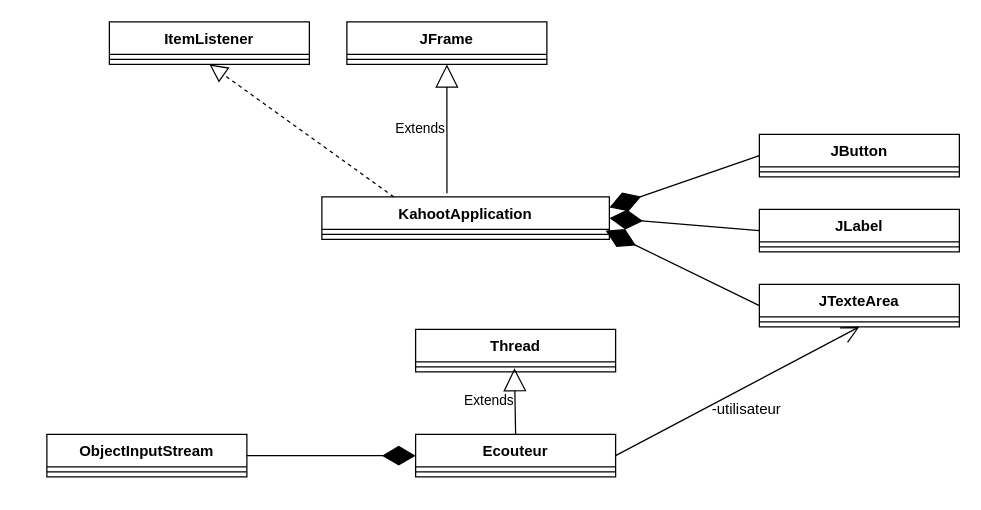
The draw.io diagram page "Page-2" (2 of 2) of umlKahoot.drawio in narrou/kahoot, before the edit. Source tidied: cells renumbered, new cells numbered last; positions are measured from the earlier drawing's top-left corner, leaving out a move shared by most shapes. Both pictures are drawn from the tidied source at 125%, with x=0, y=0 at pixel (46, 21).
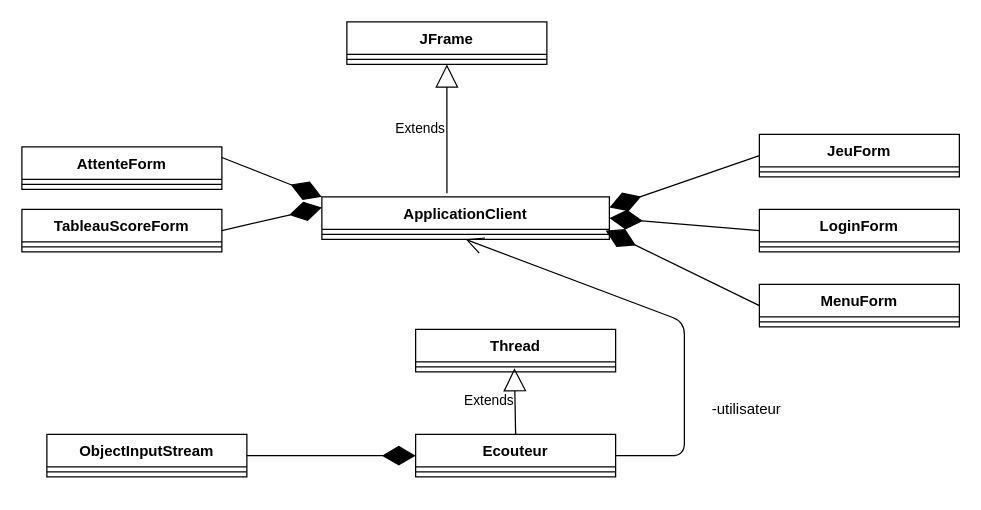
The same diagram, later.

Unchanged cells that the change refers to:
```xml
<mxCell id="16" value="Ecouteur" style="swimlane;fontStyle=1;align=center;verticalAlign=top;horizontal=1;startSize=26;" parent="1" vertex="1">
  <mxGeometry x="295" y="330" width="160" height="34" as="geometry" />
</mxCell>
```

What changed in the source:
```diff
@@
-    <mxCell id="2" value="KahootApplication" style="swimlane;fontStyle=1;align=center;verticalAlign=top;horizontal=1;startSize=26;" parent="1" vertex="1">
+    <mxCell id="2" value="ApplicationClient" style="swimlane;fontStyle=1;align=center;verticalAlign=top;horizontal=1;startSize=26;" parent="1" vertex="1">
       <mxGeometry x="220" y="140" width="230" height="34" as="geometry" />
     </mxCell>
@@
-    <mxCell id="7" value="JButton" style="swimlane;fontStyle=1;align=center;verticalAlign=top;horizontal=1;startSize=26;" parent="1" vertex="1">
+    <mxCell id="7" value="JeuForm" style="swimlane;fontStyle=1;align=center;verticalAlign=top;horizontal=1;startSize=26;" parent="1" vertex="1">
       <mxGeometry x="570" y="90" width="160" height="34" as="geometry" />
     </mxCell>
@@
-    <mxCell id="9" value="JLabel" style="swimlane;fontStyle=1;align=center;verticalAlign=top;horizontal=1;startSize=26;" parent="1" vertex="1">
+    <mxCell id="9" value="LoginForm" style="swimlane;fontStyle=1;align=center;verticalAlign=top;horizontal=1;startSize=26;" parent="1" vertex="1">
       <mxGeometry x="570" y="150" width="160" height="34" as="geometry" />
     </mxCell>
@@
-    <mxCell id="11" value="JTexteArea" style="swimlane;fontStyle=1;align=center;verticalAlign=top;horizontal=1;startSize=26;" parent="1" vertex="1">
+    <mxCell id="11" value="MenuForm" style="swimlane;fontStyle=1;align=center;verticalAlign=top;horizontal=1;startSize=26;" parent="1" vertex="1">
       <mxGeometry x="570" y="210" width="160" height="34" as="geometry" />
     </mxCell>
@@
-    <mxCell id="18" style="endArrow=open;endFill=1;endSize=12;html=1;align=right;exitX=1;exitY=0.5;exitDx=0;exitDy=0;entryX=0.5;entryY=1;entryDx=0;entryDy=0;" parent="1" edge="1" source="16" target="11">
-      <mxGeometry relative="1" as="geometry" />
+    <mxCell id="18" style="endArrow=open;endFill=1;endSize=12;html=1;align=right;exitX=1;exitY=0.5;exitDx=0;exitDy=0;entryX=0.5;entryY=1;entryDx=0;entryDy=0;" parent="1" edge="1" source="16" target="2">
+      <mxGeometry relative="1" as="geometry">
+        <Array as="points">
+          <mxPoint x="510" y="347" />
+          <mxPoint x="510" y="240" />
+        </Array>
+      </mxGeometry>
     </mxCell>
@@
-    <mxCell id="26" style="endArrow=block;dashed=1;endFill=0;endSize=12;html=1;align=right;exitX=0.25;exitY=0;exitDx=0;exitDy=0;entryX=0.5;entryY=1;entryDx=0;entryDy=0;" parent="1" edge="1" source="2" target="27">
-      <mxGeometry relative="1" as="geometry" />
-    </mxCell>
-    <mxCell id="27" value="ItemListener" style="swimlane;fontStyle=1;align=center;verticalAlign=top;horizontal=1;startSize=26;" parent="1" vertex="1">
-      <mxGeometry x="50" width="160" height="34" as="geometry" />
-    </mxCell>
-    <mxCell id="28" style="line;strokeWidth=1;fillColor=none;align=left;verticalAlign=middle;spacingTop=-1;spacingLeft=3;spacingRight=3;labelPosition=right;" parent="27" vertex="1">
-      <mxGeometry y="26" width="160" height="8" as="geometry" />
-    </mxCell>
+    <mxCell id="29" value="AttenteForm" style="swimlane;fontStyle=1;align=center;verticalAlign=top;horizontal=1;startSize=26;" parent="1" vertex="1">
+      <mxGeometry x="-20" y="100" width="160" height="34" as="geometry" />
+    </mxCell>
+    <mxCell id="30" style="line;strokeWidth=1;fillColor=none;align=left;verticalAlign=middle;spacingTop=-1;spacingLeft=3;spacingRight=3;labelPosition=right;" parent="29" vertex="1">
+      <mxGeometry y="26" width="160" height="8" as="geometry" />
+    </mxCell>
+    <mxCell id="31" style="endArrow=diamondThin;endFill=1;endSize=24;html=1;align=right;exitX=1;exitY=0.25;exitDx=0;exitDy=0;entryX=0;entryY=0;entryDx=0;entryDy=0;" parent="1" edge="1" source="29" target="2">
+      <mxGeometry relative="1" as="geometry" />
+    </mxCell>
+    <mxCell id="32" value="TableauScoreForm" style="swimlane;fontStyle=1;align=center;verticalAlign=top;horizontal=1;startSize=26;" parent="1" vertex="1">
+      <mxGeometry x="-20" y="150" width="160" height="34" as="geometry" />
+    </mxCell>
+    <mxCell id="33" style="line;strokeWidth=1;fillColor=none;align=left;verticalAlign=middle;spacingTop=-1;spacingLeft=3;spacingRight=3;labelPosition=right;" parent="32" vertex="1">
+      <mxGeometry y="26" width="160" height="8" as="geometry" />
+    </mxCell>
+    <mxCell id="34" style="endArrow=diamondThin;endFill=1;endSize=24;html=1;align=right;exitX=1;exitY=0.5;exitDx=0;exitDy=0;entryX=0;entryY=0.25;entryDx=0;entryDy=0;" parent="1" edge="1" source="32" target="2">
+      <mxGeometry relative="1" as="geometry" />
+    </mxCell>
```
